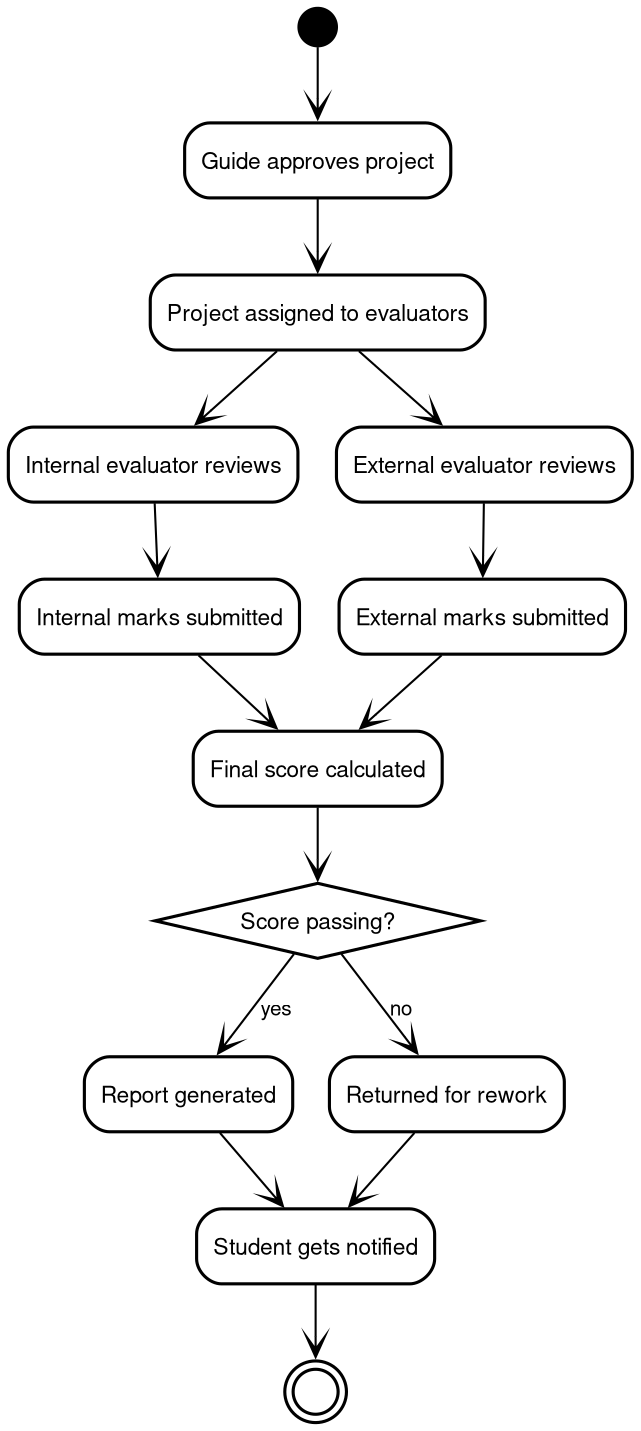
Above: docs/diagrams/06-activity-evaluation.png in akshita777/iips-ug-pg-project-repository-system (Graphviz), before the change. Its source is kept beside it as docs/diagrams/06-activity-evaluation.dot. The source it was exported from:
```dot
digraph activity_evaluation {
  rankdir=TB;
  bgcolor="white";
  fontname="Helvetica";

  node [fontname="Helvetica", fontsize=11, shape=box, style="rounded,filled",
        fillcolor="white", color="black", penwidth=1.5];
  edge [fontname="Helvetica", fontsize=10, color="black", arrowhead="vee"];

  start [label="", shape=circle, style="filled", fillcolor="black", width=0.25, height=0.25];
  approved [label="Guide approves project"];
  assign [label="Project assigned to evaluators"];
  internal [label="Internal evaluator reviews"];
  external [label="External evaluator reviews"];
  marks_in [label="Internal marks submitted"];
  marks_ex [label="External marks submitted"];
  total [label="Final score calculated"];
  pass [label="Score passing?", shape=diamond, style="filled", fillcolor="white"];
  report [label="Report generated"];
  rework [label="Returned for rework"];
  inform [label="Student gets notified"];
  end [label="", shape=doublecircle, style="filled", fillcolor="white", color="black", width=0.3, height=0.3];

  start -> approved;
  approved -> assign;
  assign -> internal;
  assign -> external;
  internal -> marks_in;
  external -> marks_ex;
  marks_in -> total;
  marks_ex -> total;
  total -> pass;
  pass -> report [label="yes"];
  pass -> rework [label="no"];
  rework -> inform;
  report -> inform;
  inform -> end;
}
```
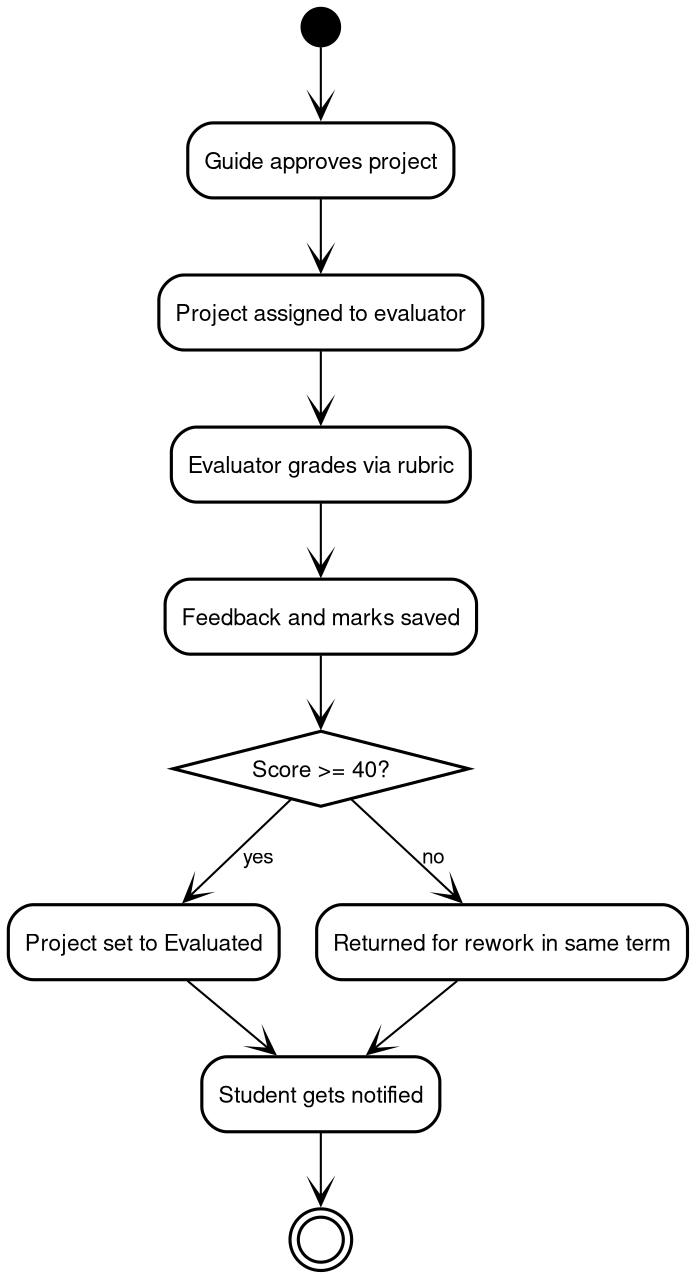
After the commit.

Change to the diagram source:
```diff
@@ -9,26 +9,19 @@
 
   start [label="", shape=circle, style="filled", fillcolor="black", width=0.25, height=0.25];
   approved [label="Guide approves project"];
-  assign [label="Project assigned to evaluators"];
-  internal [label="Internal evaluator reviews"];
-  external [label="External evaluator reviews"];
-  marks_in [label="Internal marks submitted"];
-  marks_ex [label="External marks submitted"];
-  total [label="Final score calculated"];
-  pass [label="Score passing?", shape=diamond, style="filled", fillcolor="white"];
-  report [label="Report generated"];
-  rework [label="Returned for rework"];
+  assign [label="Project assigned to evaluator"];
+  marks_in [label="Evaluator grades via rubric"];
+  total [label="Feedback and marks saved"];
+  pass [label="Score >= 40?", shape=diamond, style="filled", fillcolor="white"];
+  report [label="Project set to Evaluated"];
+  rework [label="Returned for rework in same term"];
   inform [label="Student gets notified"];
   end [label="", shape=doublecircle, style="filled", fillcolor="white", color="black", width=0.3, height=0.3];
 
   start -> approved;
   approved -> assign;
-  assign -> internal;
-  assign -> external;
-  internal -> marks_in;
-  external -> marks_ex;
+  assign -> marks_in;
   marks_in -> total;
-  marks_ex -> total;
   total -> pass;
   pass -> report [label="yes"];
   pass -> rework [label="no"];
```
